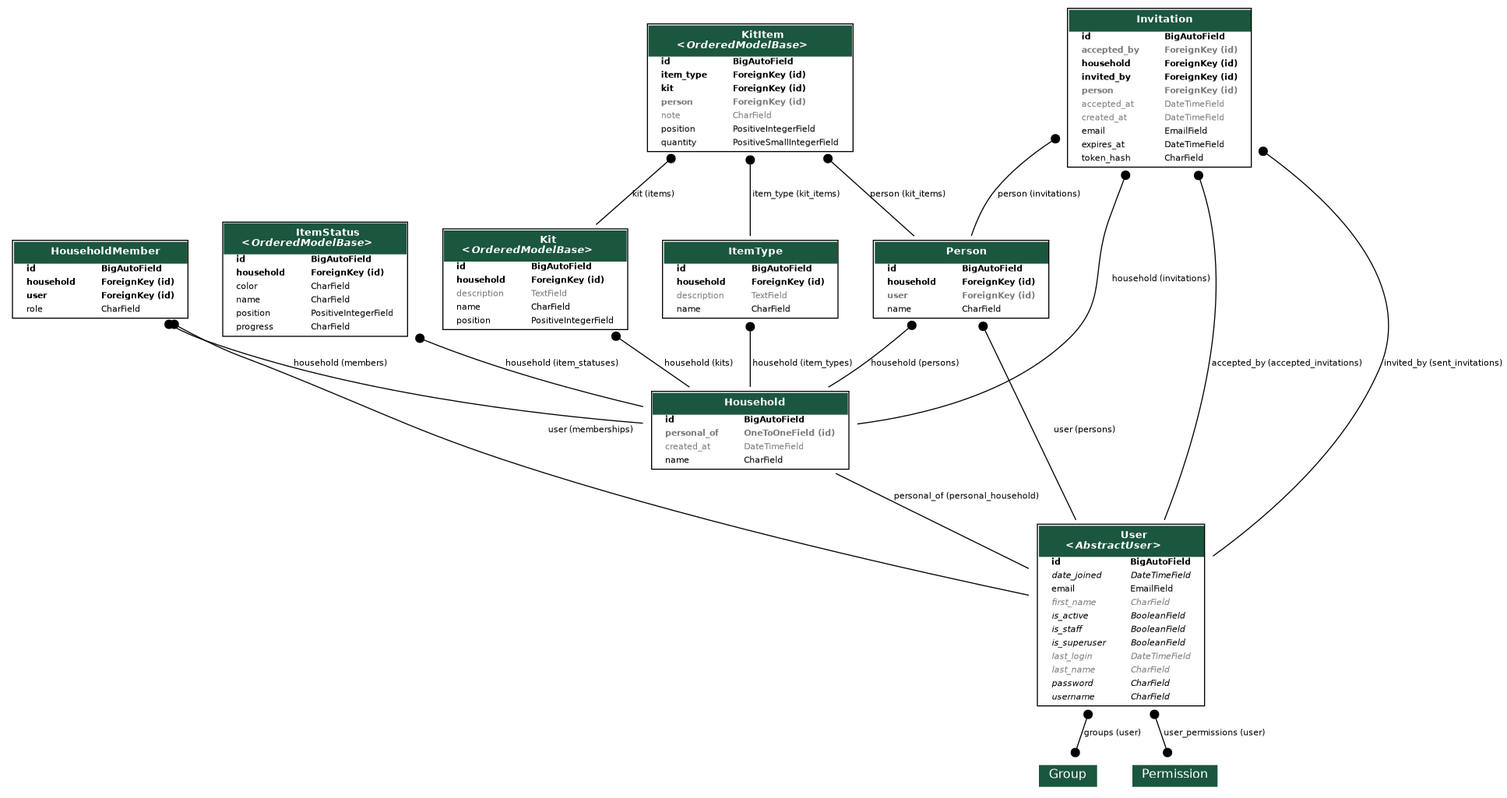
Earlier version of the Graphviz export docs/model/schema.png (AxineTeam/tout-pris-api). Its source is kept beside it as docs/model/schema.dot.
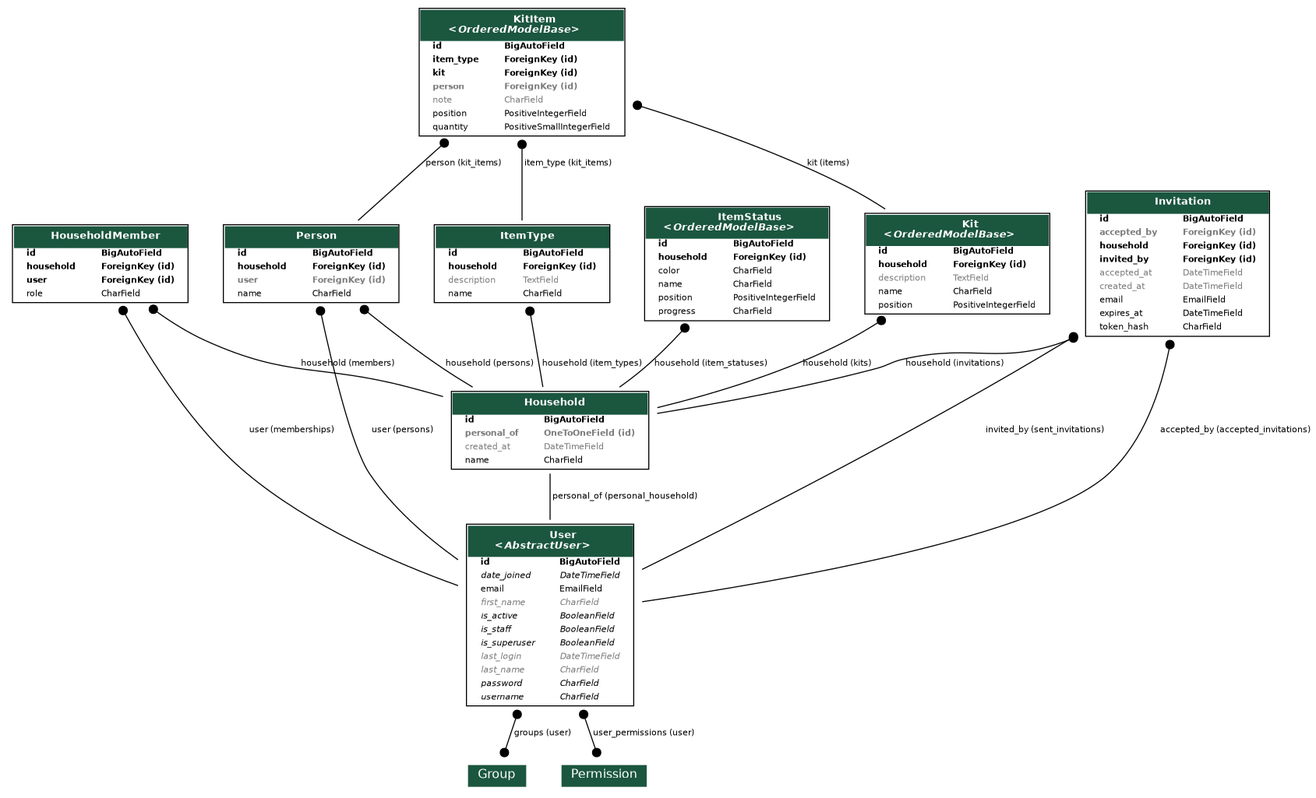
After the commit.

Diff of the diagram source:
```diff
@@ -282,14 +282,6 @@
     <FONT FACE="Roboto"><B>invited_by</B></FONT>
     </TD><TD ALIGN="LEFT">
     <FONT FACE="Roboto"><B>ForeignKey (id)</B></FONT>
-    </TD></TR>
-
-
-
-    <TR><TD ALIGN="LEFT" BORDER="0">
-    <FONT COLOR="#7B7B7B" FACE="Roboto"><B>person</B></FONT>
-    </TD><TD ALIGN="LEFT">
-    <FONT COLOR="#7B7B7B" FACE="Roboto"><B>ForeignKey (id)</B></FONT>
     </TD></TR>
 
 
@@ -596,9 +588,6 @@
   households_models_Invitation -> households_models_Household
   [label=" household (invitations)"] [arrowhead=none, arrowtail=dot, dir=both];
 
-  households_models_Invitation -> households_models_Person
-  [label=" person (invitations)"] [arrowhead=none, arrowtail=dot, dir=both];
-
   households_models_Invitation -> accounts_models_User
   [label=" invited_by (sent_invitations)"] [arrowhead=none, arrowtail=dot, dir=both];
 
```
